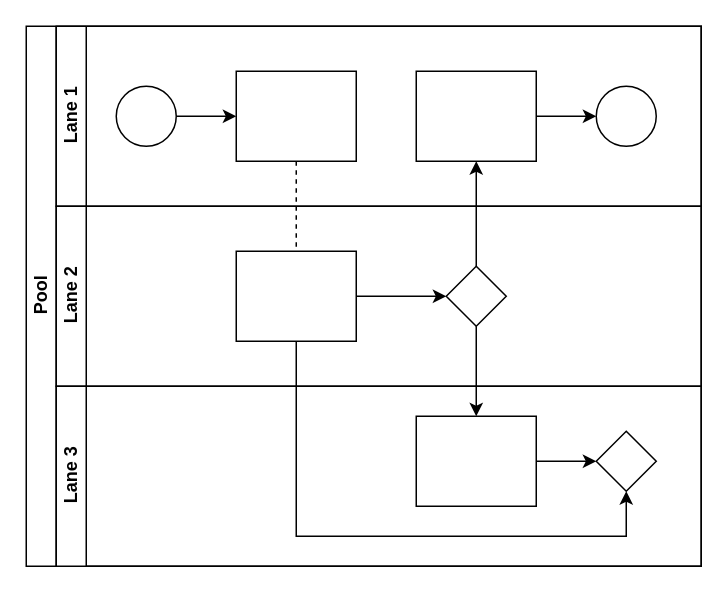
Above: page "Page-1" (1 of 2) of Untitled Diagram.drawio in Teacup-repo/Teacup (draw.io), before the change. Source tidied: cells renumbered, new cells numbered last; positions are measured from the earlier drawing's top-left corner, leaving out a move shared by most shapes. Both pictures are drawn from the tidied source at 150%, with x=0, y=0 at pixel (26, 26).
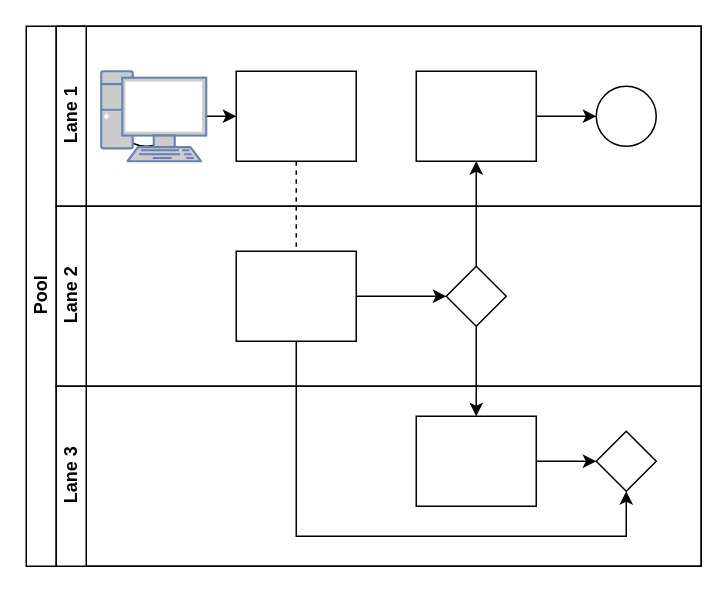
Above is the later version.

The change refers to these unchanged cells:
```xml
<mxCell id="7" value="Lane 1" style="swimlane;html=1;startSize=20;horizontal=0;" parent="2" vertex="1">
  <mxGeometry x="20" width="430" height="120" as="geometry" />
</mxCell>
```

Change to the diagram source:
```diff
@@
+    <mxCell id="22" style="fontColor=#0066CC;verticalAlign=top;verticalLabelPosition=bottom;labelPosition=center;align=center;html=1;fillColor=#CCCCCC;strokeColor=#6881B3;gradientColor=none;gradientDirection=north;strokeWidth=2;shape=mxgraph.networks.pc;" parent="7" vertex="1">
+      <mxGeometry x="30" y="30" width="70" height="60" as="geometry" />
+    </mxCell>
```
